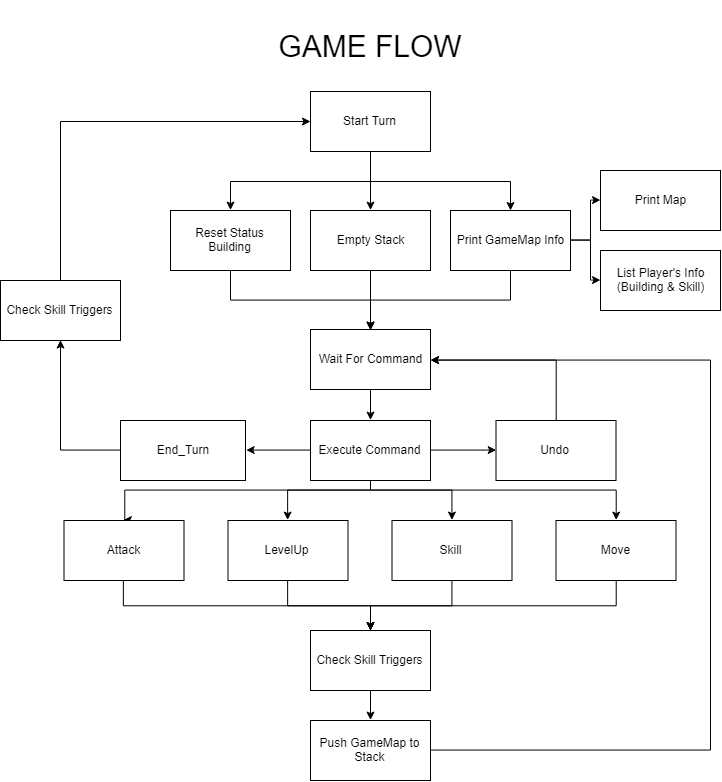
Before: Diagrams/Flow Alstrukdat-Game Flow.png, a diagram exported from draw.io (ilhamsyahids/Avatar-War-Game). Source tidied: cells renumbered, new cells last; positions are measured from the earlier drawing's top-left corner, leaving out a move shared by most shapes. The source it was exported from:
```xml
<mxGraphModel>
  <root>
    <mxCell id="0" />
    <mxCell id="1" parent="0" />
    <mxCell id="2" value="&lt;font style=&quot;font-size: 30px&quot;&gt;GAME FLOW&lt;/font&gt;" style="text;html=1;strokeColor=none;fillColor=none;align=center;verticalAlign=middle;whiteSpace=wrap;rounded=0;" parent="1" vertex="1">
      <mxGeometry x="150" width="440" height="91" as="geometry" />
    </mxCell>
    <mxCell id="3" style="edgeStyle=orthogonalEdgeStyle;rounded=0;jettySize=auto;html=1;exitX=0.5;exitY=1;exitDx=0;exitDy=0;entryX=0.5;entryY=0;entryDx=0;entryDy=0;" parent="1" edge="1" source="6" target="10">
      <mxGeometry relative="1" as="geometry" />
    </mxCell>
    <mxCell id="4" style="edgeStyle=orthogonalEdgeStyle;rounded=0;jettySize=auto;html=1;exitX=0.5;exitY=1;exitDx=0;exitDy=0;entryX=0.5;entryY=0;entryDx=0;entryDy=0;" parent="1" edge="1" source="6" target="8">
      <mxGeometry relative="1" as="geometry" />
    </mxCell>
    <mxCell id="5" style="edgeStyle=orthogonalEdgeStyle;rounded=0;jettySize=auto;html=1;exitX=0.5;exitY=1;exitDx=0;exitDy=0;" parent="1" edge="1" source="6" target="15">
      <mxGeometry relative="1" as="geometry" />
    </mxCell>
    <mxCell id="6" value="Start Turn" style="rounded=0;whiteSpace=wrap;html=1;" parent="1" vertex="1">
      <mxGeometry x="310" y="91" width="120" height="60" as="geometry" />
    </mxCell>
    <mxCell id="7" style="edgeStyle=orthogonalEdgeStyle;rounded=0;jettySize=auto;html=1;exitX=0.5;exitY=1;exitDx=0;exitDy=0;entryX=0.5;entryY=0;entryDx=0;entryDy=0;" parent="1" edge="1" source="8" target="18">
      <mxGeometry relative="1" as="geometry" />
    </mxCell>
    <mxCell id="8" value="Reset Status&lt;br&gt;Building" style="rounded=0;whiteSpace=wrap;html=1;" parent="1" vertex="1">
      <mxGeometry x="170" y="210" width="120" height="60" as="geometry" />
    </mxCell>
    <mxCell id="9" style="edgeStyle=orthogonalEdgeStyle;rounded=0;jettySize=auto;html=1;exitX=0.5;exitY=1;exitDx=0;exitDy=0;entryX=0.5;entryY=0;entryDx=0;entryDy=0;" parent="1" edge="1" source="10" target="18">
      <mxGeometry relative="1" as="geometry" />
    </mxCell>
    <mxCell id="10" value="Empty Stack" style="rounded=0;whiteSpace=wrap;html=1;" parent="1" vertex="1">
      <mxGeometry x="310" y="210" width="120" height="60" as="geometry" />
    </mxCell>
    <mxCell id="11" value="List Player's Info&lt;br&gt;(Building &amp;amp; Skill)" style="rounded=0;whiteSpace=wrap;html=1;" parent="1" vertex="1">
      <mxGeometry x="600" y="250" width="120" height="60" as="geometry" />
    </mxCell>
    <mxCell id="12" style="edgeStyle=orthogonalEdgeStyle;rounded=0;jettySize=auto;html=1;exitX=1;exitY=0.5;exitDx=0;exitDy=0;entryX=0;entryY=0.5;entryDx=0;entryDy=0;" parent="1" edge="1" source="15" target="16">
      <mxGeometry relative="1" as="geometry" />
    </mxCell>
    <mxCell id="13" style="edgeStyle=orthogonalEdgeStyle;rounded=0;jettySize=auto;html=1;exitX=1;exitY=0.5;exitDx=0;exitDy=0;entryX=0;entryY=0.5;entryDx=0;entryDy=0;" parent="1" edge="1" source="15" target="11">
      <mxGeometry relative="1" as="geometry" />
    </mxCell>
    <mxCell id="14" style="edgeStyle=orthogonalEdgeStyle;rounded=0;jettySize=auto;html=1;exitX=0.5;exitY=1;exitDx=0;exitDy=0;entryX=0.5;entryY=0;entryDx=0;entryDy=0;" parent="1" edge="1" source="15" target="18">
      <mxGeometry relative="1" as="geometry" />
    </mxCell>
    <mxCell id="15" value="Print GameMap Info" style="rounded=0;whiteSpace=wrap;html=1;" parent="1" vertex="1">
      <mxGeometry x="450" y="210" width="120" height="60" as="geometry" />
    </mxCell>
    <mxCell id="16" value="Print Map" style="rounded=0;whiteSpace=wrap;html=1;" parent="1" vertex="1">
      <mxGeometry x="600" y="170" width="120" height="60" as="geometry" />
    </mxCell>
    <mxCell id="17" style="edgeStyle=orthogonalEdgeStyle;rounded=0;jettySize=auto;html=1;exitX=0.5;exitY=1;exitDx=0;exitDy=0;entryX=0.5;entryY=0;entryDx=0;entryDy=0;" parent="1" edge="1" source="18" target="25">
      <mxGeometry relative="1" as="geometry" />
    </mxCell>
    <mxCell id="18" value="Wait For Command" style="rounded=0;whiteSpace=wrap;html=1;" parent="1" vertex="1">
      <mxGeometry x="310" y="329" width="120" height="60" as="geometry" />
    </mxCell>
    <mxCell id="19" style="edgeStyle=orthogonalEdgeStyle;rounded=0;jettySize=auto;html=1;exitX=0.5;exitY=1;exitDx=0;exitDy=0;entryX=0.5;entryY=0;entryDx=0;entryDy=0;" parent="1" edge="1" source="25" target="27">
      <mxGeometry relative="1" as="geometry">
        <Array as="points">
          <mxPoint x="370" y="490" />
          <mxPoint x="124" y="490" />
        </Array>
      </mxGeometry>
    </mxCell>
    <mxCell id="20" style="edgeStyle=orthogonalEdgeStyle;rounded=0;jettySize=auto;html=1;exitX=0.5;exitY=1;exitDx=0;exitDy=0;entryX=0.5;entryY=0;entryDx=0;entryDy=0;" parent="1" edge="1" source="25" target="29">
      <mxGeometry relative="1" as="geometry">
        <Array as="points">
          <mxPoint x="370" y="490" />
          <mxPoint x="287" y="490" />
        </Array>
      </mxGeometry>
    </mxCell>
    <mxCell id="21" style="edgeStyle=orthogonalEdgeStyle;rounded=0;jettySize=auto;html=1;exitX=0.5;exitY=1;exitDx=0;exitDy=0;entryX=0.5;entryY=0;entryDx=0;entryDy=0;" parent="1" edge="1" source="25" target="31">
      <mxGeometry relative="1" as="geometry">
        <Array as="points">
          <mxPoint x="370" y="490" />
          <mxPoint x="452" y="490" />
        </Array>
      </mxGeometry>
    </mxCell>
    <mxCell id="22" style="edgeStyle=orthogonalEdgeStyle;rounded=0;jettySize=auto;html=1;exitX=0.5;exitY=1;exitDx=0;exitDy=0;entryX=0.5;entryY=0;entryDx=0;entryDy=0;" parent="1" edge="1" source="25" target="33">
      <mxGeometry relative="1" as="geometry">
        <Array as="points">
          <mxPoint x="370" y="490" />
          <mxPoint x="615" y="490" />
        </Array>
      </mxGeometry>
    </mxCell>
    <mxCell id="23" style="edgeStyle=orthogonalEdgeStyle;rounded=0;jettySize=auto;html=1;exitX=0;exitY=0.5;exitDx=0;exitDy=0;entryX=1;entryY=0.5;entryDx=0;entryDy=0;" parent="1" edge="1" source="25" target="37">
      <mxGeometry relative="1" as="geometry" />
    </mxCell>
    <mxCell id="24" style="edgeStyle=orthogonalEdgeStyle;rounded=0;jettySize=auto;html=1;exitX=1;exitY=0.5;exitDx=0;exitDy=0;entryX=0;entryY=0.5;entryDx=0;entryDy=0;" parent="1" edge="1" source="25" target="39">
      <mxGeometry relative="1" as="geometry" />
    </mxCell>
    <mxCell id="25" value="Execute Command" style="rounded=0;whiteSpace=wrap;html=1;" parent="1" vertex="1">
      <mxGeometry x="310" y="420" width="120" height="60" as="geometry" />
    </mxCell>
    <mxCell id="26" style="edgeStyle=orthogonalEdgeStyle;rounded=0;jettySize=auto;html=1;exitX=0.5;exitY=1;exitDx=0;exitDy=0;" parent="1" edge="1" source="27" target="35">
      <mxGeometry relative="1" as="geometry" />
    </mxCell>
    <mxCell id="27" value="Attack" style="rounded=0;whiteSpace=wrap;html=1;" parent="1" vertex="1">
      <mxGeometry x="63.5" y="520" width="120" height="60" as="geometry" />
    </mxCell>
    <mxCell id="28" style="edgeStyle=orthogonalEdgeStyle;rounded=0;jettySize=auto;html=1;exitX=0.5;exitY=1;exitDx=0;exitDy=0;" parent="1" edge="1" source="29" target="35">
      <mxGeometry relative="1" as="geometry" />
    </mxCell>
    <mxCell id="29" value="LevelUp" style="rounded=0;whiteSpace=wrap;html=1;" parent="1" vertex="1">
      <mxGeometry x="227.5" y="520" width="120" height="60" as="geometry" />
    </mxCell>
    <mxCell id="30" style="edgeStyle=orthogonalEdgeStyle;rounded=0;jettySize=auto;html=1;exitX=0.5;exitY=1;exitDx=0;exitDy=0;" parent="1" edge="1" source="31" target="35">
      <mxGeometry relative="1" as="geometry" />
    </mxCell>
    <mxCell id="31" value="Skill" style="rounded=0;whiteSpace=wrap;html=1;" parent="1" vertex="1">
      <mxGeometry x="391.5" y="520" width="120" height="60" as="geometry" />
    </mxCell>
    <mxCell id="32" style="edgeStyle=orthogonalEdgeStyle;rounded=0;jettySize=auto;html=1;exitX=0.5;exitY=1;exitDx=0;exitDy=0;" parent="1" edge="1" source="33" target="35">
      <mxGeometry relative="1" as="geometry" />
    </mxCell>
    <mxCell id="33" value="Move" style="rounded=0;whiteSpace=wrap;html=1;" parent="1" vertex="1">
      <mxGeometry x="555.5" y="520" width="120" height="60" as="geometry" />
    </mxCell>
    <mxCell id="34" style="edgeStyle=orthogonalEdgeStyle;rounded=0;jettySize=auto;html=1;exitX=0.5;exitY=1;exitDx=0;exitDy=0;entryX=0.5;entryY=0;entryDx=0;entryDy=0;" parent="1" edge="1" source="35" target="41">
      <mxGeometry relative="1" as="geometry" />
    </mxCell>
    <mxCell id="35" value="Check Skill Triggers" style="rounded=0;whiteSpace=wrap;html=1;" parent="1" vertex="1">
      <mxGeometry x="310" y="630" width="120" height="60" as="geometry" />
    </mxCell>
    <mxCell id="36" style="edgeStyle=orthogonalEdgeStyle;rounded=0;jettySize=auto;html=1;exitX=0;exitY=0.5;exitDx=0;exitDy=0;entryX=0.5;entryY=1;entryDx=0;entryDy=0;" parent="1" edge="1" source="37" target="43">
      <mxGeometry relative="1" as="geometry" />
    </mxCell>
    <mxCell id="37" value="End_Turn" style="rounded=0;whiteSpace=wrap;html=1;" parent="1" vertex="1">
      <mxGeometry x="120" y="420" width="125" height="60" as="geometry" />
    </mxCell>
    <mxCell id="38" style="edgeStyle=orthogonalEdgeStyle;rounded=0;jettySize=auto;html=1;exitX=0.5;exitY=0;exitDx=0;exitDy=0;entryX=1;entryY=0.5;entryDx=0;entryDy=0;" parent="1" edge="1" source="39" target="18">
      <mxGeometry relative="1" as="geometry" />
    </mxCell>
    <mxCell id="39" value="Undo" style="rounded=0;whiteSpace=wrap;html=1;" parent="1" vertex="1">
      <mxGeometry x="495.5" y="420" width="120" height="60" as="geometry" />
    </mxCell>
    <mxCell id="40" style="edgeStyle=orthogonalEdgeStyle;rounded=0;jettySize=auto;html=1;exitX=1;exitY=0.5;exitDx=0;exitDy=0;entryX=1;entryY=0.5;entryDx=0;entryDy=0;" parent="1" edge="1" source="41" target="18">
      <mxGeometry relative="1" as="geometry">
        <Array as="points">
          <mxPoint x="710" y="750" />
          <mxPoint x="710" y="360" />
        </Array>
      </mxGeometry>
    </mxCell>
    <mxCell id="41" value="Push GameMap to Stack" style="rounded=0;whiteSpace=wrap;html=1;" parent="1" vertex="1">
      <mxGeometry x="310" y="720" width="120" height="60" as="geometry" />
    </mxCell>
    <mxCell id="42" style="edgeStyle=orthogonalEdgeStyle;rounded=0;jettySize=auto;html=1;exitX=0.5;exitY=0;exitDx=0;exitDy=0;entryX=0;entryY=0.5;entryDx=0;entryDy=0;" parent="1" edge="1" source="43" target="6">
      <mxGeometry relative="1" as="geometry" />
    </mxCell>
    <mxCell id="43" value="Check Skill Triggers" style="rounded=0;whiteSpace=wrap;html=1;" parent="1" vertex="1">
      <mxGeometry y="280" width="120" height="60" as="geometry" />
    </mxCell>
  </root>
</mxGraphModel>
```
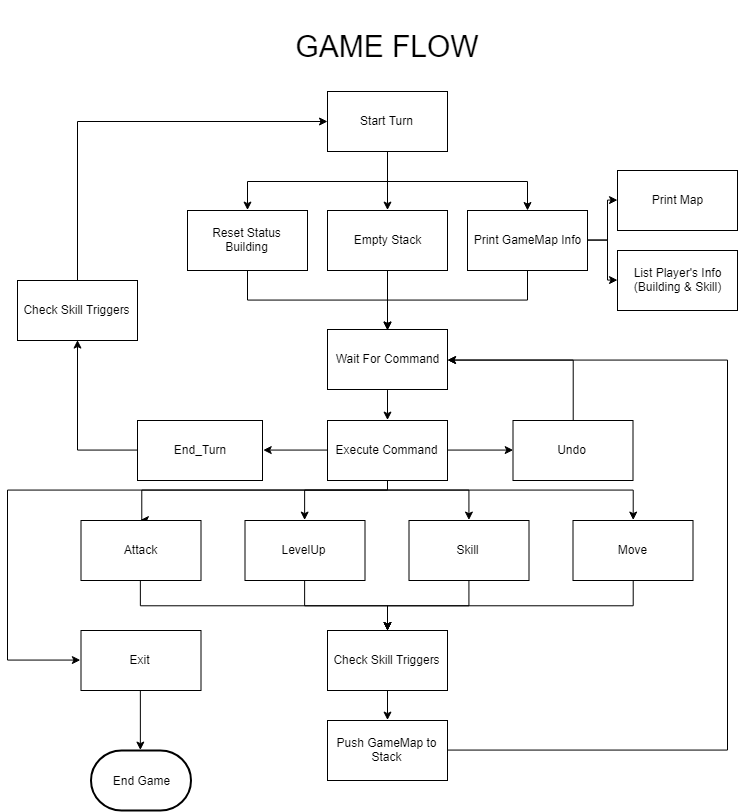
The same file after the commit.

Diff of the diagram source:
```diff
@@ -91,6 +91,15 @@
     <mxCell id="24" style="edgeStyle=orthogonalEdgeStyle;rounded=0;jettySize=auto;html=1;exitX=1;exitY=0.5;exitDx=0;exitDy=0;entryX=0;entryY=0.5;entryDx=0;entryDy=0;" parent="1" edge="1" source="25" target="39">
       <mxGeometry relative="1" as="geometry" />
     </mxCell>
+    <mxCell id="44" style="edgeStyle=orthogonalEdgeStyle;rounded=0;jettySize=auto;html=1;exitX=0.5;exitY=1;exitDx=0;exitDy=0;entryX=0;entryY=0.5;entryDx=0;entryDy=0;" parent="1" edge="1" source="25" target="46">
+      <mxGeometry relative="1" as="geometry">
+        <Array as="points">
+          <mxPoint x="370" y="490" />
+          <mxPoint x="-10" y="490" />
+          <mxPoint x="-10" y="660" />
+        </Array>
+      </mxGeometry>
+    </mxCell>
     <mxCell id="25" value="Execute Command" style="rounded=0;whiteSpace=wrap;html=1;" parent="1" vertex="1">
       <mxGeometry x="310" y="420" width="120" height="60" as="geometry" />
     </mxCell>
@@ -153,5 +162,14 @@
     <mxCell id="43" value="Check Skill Triggers" style="rounded=0;whiteSpace=wrap;html=1;" parent="1" vertex="1">
       <mxGeometry y="280" width="120" height="60" as="geometry" />
     </mxCell>
+    <mxCell id="45" style="edgeStyle=orthogonalEdgeStyle;rounded=0;jettySize=auto;html=1;exitX=0.5;exitY=1;exitDx=0;exitDy=0;entryX=0.5;entryY=0;entryDx=0;entryDy=0;entryPerimeter=0;" parent="1" edge="1" source="46" target="47">
+      <mxGeometry relative="1" as="geometry" />
+    </mxCell>
+    <mxCell id="46" value="Exit" style="rounded=0;whiteSpace=wrap;html=1;" parent="1" vertex="1">
+      <mxGeometry x="63.5" y="630" width="120" height="60" as="geometry" />
+    </mxCell>
+    <mxCell id="47" value="End Game" style="strokeWidth=2;html=1;shape=mxgraph.flowchart.terminator;whiteSpace=wrap;" parent="1" vertex="1">
+      <mxGeometry x="73.5" y="750" width="100" height="60" as="geometry" />
+    </mxCell>
   </root>
 </mxGraphModel>
```
